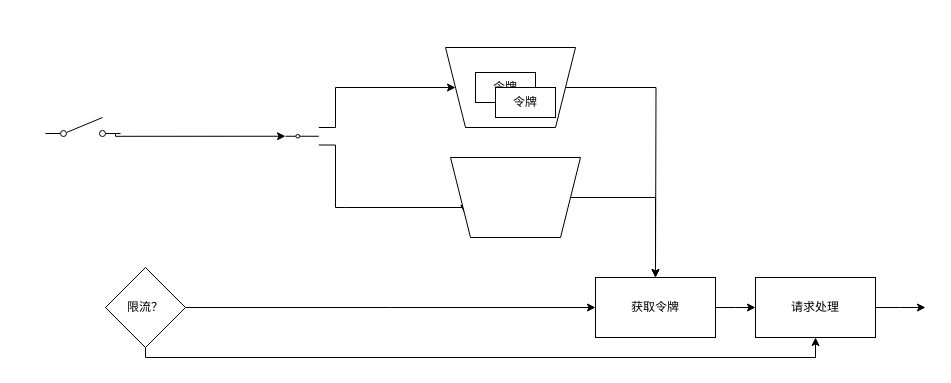
Above: 令牌桶.drawio in anxufeng007/hello-world (draw.io), before the change. Source tidied: cells renumbered, new cells numbered last; positions are measured from the earlier drawing's top-left corner, leaving out a move shared by most shapes. Both pictures are drawn from the tidied source at 100%, with x=0, y=0 at pixel (45, 47).
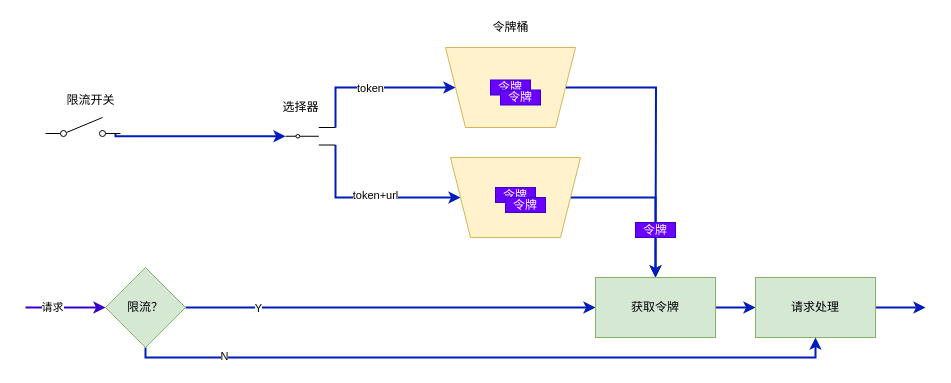
The same diagram, later.

Unchanged cells that the change refers to:
```xml
<mxCell id="4" style="verticalLabelPosition=bottom;shadow=0;dashed=0;align=center;html=1;verticalAlign=top;shape=mxgraph.electrical.electro-mechanical.two_way_contact;" parent="1" vertex="1">
  <mxGeometry x="240" y="80" width="50" height="17.5" as="geometry" />
</mxCell>
```

What changed in the source:
```diff
@@
-    <mxCell id="2" style="edgeStyle=orthogonalEdgeStyle;rounded=0;jettySize=auto;html=1;exitX=1;exitY=1;exitDx=0;exitDy=0;exitPerimeter=0;entryX=1;entryY=0.25;entryDx=0;entryDy=0;" parent="1" edge="1" source="4" target="10">
+    <mxCell id="2" style="edgeStyle=orthogonalEdgeStyle;rounded=0;jettySize=auto;html=1;exitX=1;exitY=1;exitDx=0;exitDy=0;exitPerimeter=0;entryX=1;entryY=0.5;entryDx=0;entryDy=0;strokeWidth=2;fillColor=#0050ef;strokeColor=#001DBC;" parent="1" edge="1" source="4" target="10">
       <mxGeometry relative="1" as="geometry">
         <Array as="points">
-          <mxPoint x="300" y="160" />
-          <mxPoint x="523" y="160" />
+          <mxPoint x="290" y="150" />
         </Array>
       </mxGeometry>
     </mxCell>
+    <mxCell id="20" value="token+url" style="edgeLabel;html=1;align=center;verticalAlign=middle;" parent="2" vertex="1">
+      <mxGeometry x="0.02" y="3" relative="1" as="geometry">
+        <mxPoint x="1" as="offset" />
+      </mxGeometry>
+    </mxCell>
-    <mxCell id="3" style="edgeStyle=orthogonalEdgeStyle;rounded=0;jettySize=auto;html=1;exitX=1;exitY=0;exitDx=0;exitDy=0;exitPerimeter=0;" parent="1" edge="1" source="4" target="6">
+    <mxCell id="3" style="edgeStyle=orthogonalEdgeStyle;rounded=0;jettySize=auto;html=1;exitX=1;exitY=0;exitDx=0;exitDy=0;exitPerimeter=0;strokeWidth=2;fillColor=#0050ef;strokeColor=#001DBC;" parent="1" edge="1" source="4" target="6">
       <mxGeometry relative="1" as="geometry" />
     </mxCell>
+    <mxCell id="21" value="token" style="edgeLabel;html=1;align=center;verticalAlign=middle;" parent="3" vertex="1">
+      <mxGeometry x="-0.07" relative="1" as="geometry" />
+    </mxCell>
@@
-    <mxCell id="5" style="edgeStyle=orthogonalEdgeStyle;rounded=0;jettySize=auto;html=1;exitX=0;exitY=0.5;exitDx=0;exitDy=0;" parent="1" edge="1" source="6">
+    <mxCell id="5" style="edgeStyle=orthogonalEdgeStyle;rounded=0;jettySize=auto;html=1;exitX=0;exitY=0.5;exitDx=0;exitDy=0;fillColor=#0050ef;strokeColor=#001DBC;strokeWidth=2;" parent="1" edge="1" source="6">
       <mxGeometry relative="1" as="geometry">
         <mxPoint x="610" y="230" as="targetPoint" />
       </mxGeometry>
     </mxCell>
-    <mxCell id="6" style="shape=trapezoid;perimeter=trapezoidPerimeter;whiteSpace=wrap;html=1;fixedSize=1;rotation=-180;" parent="1" vertex="1">
+    <mxCell id="6" style="shape=trapezoid;perimeter=trapezoidPerimeter;whiteSpace=wrap;html=1;fixedSize=1;rotation=-180;fillColor=#fff2cc;strokeColor=#d6b656;" parent="1" vertex="1">
       <mxGeometry x="400" width="130" height="80" as="geometry" />
     </mxCell>
-    <mxCell id="7" value="令牌" style="rounded=0;whiteSpace=wrap;html=1;" parent="1" vertex="1">
-      <mxGeometry x="430" y="25" width="60" height="30" as="geometry" />
+    <mxCell id="7" value="令牌" style="rounded=0;whiteSpace=wrap;html=1;fillColor=#6a00ff;strokeColor=#3700CC;fontColor=#ffffff;" parent="1" vertex="1">
+      <mxGeometry x="445" y="32.5" width="40" height="15" as="geometry" />
     </mxCell>
-    <mxCell id="8" value="令牌" style="rounded=0;whiteSpace=wrap;html=1;" parent="1" vertex="1">
-      <mxGeometry x="450" y="40" width="60" height="30" as="geometry" />
-    </mxCell>
-    <mxCell id="9" style="edgeStyle=orthogonalEdgeStyle;rounded=0;jettySize=auto;html=1;exitX=0;exitY=0.5;exitDx=0;exitDy=0;" parent="1" edge="1" source="10" target="17">
+    <mxCell id="9" style="edgeStyle=orthogonalEdgeStyle;rounded=0;jettySize=auto;html=1;exitX=0;exitY=0.5;exitDx=0;exitDy=0;strokeWidth=2;fillColor=#0050ef;strokeColor=#001DBC;" parent="1" edge="1" source="10" target="17">
       <mxGeometry relative="1" as="geometry" />
     </mxCell>
-    <mxCell id="10" style="shape=trapezoid;perimeter=trapezoidPerimeter;whiteSpace=wrap;html=1;fixedSize=1;rotation=-180;" parent="1" vertex="1">
+    <mxCell id="10" style="shape=trapezoid;perimeter=trapezoidPerimeter;whiteSpace=wrap;html=1;fixedSize=1;rotation=-180;fillColor=#fff2cc;strokeColor=#d6b656;" parent="1" vertex="1">
       <mxGeometry x="405" y="110" width="130" height="80" as="geometry" />
     </mxCell>
-    <mxCell id="11" style="edgeStyle=orthogonalEdgeStyle;rounded=0;jettySize=auto;html=1;entryX=0;entryY=0.5;entryDx=0;entryDy=0;entryPerimeter=0;exitX=1;exitY=0.8;exitDx=0;exitDy=0;exitPerimeter=0;" parent="1" edge="1" target="4">
+    <mxCell id="11" style="edgeStyle=orthogonalEdgeStyle;rounded=0;jettySize=auto;html=1;entryX=0;entryY=0.5;entryDx=0;entryDy=0;entryPerimeter=0;exitX=1;exitY=0.8;exitDx=0;exitDy=0;exitPerimeter=0;fillColor=#0050ef;strokeColor=#001DBC;strokeWidth=2;" parent="1" edge="1" target="4">
       <mxGeometry relative="1" as="geometry">
         <mxPoint x="70" y="86" as="sourcePoint" />
         <Array as="points">
           <mxPoint x="70" y="89" />
         </Array>
       </mxGeometry>
     </mxCell>
@@
-    <mxCell id="13" style="edgeStyle=orthogonalEdgeStyle;rounded=0;jettySize=auto;html=1;" parent="1" edge="1" source="15">
+    <mxCell id="13" style="edgeStyle=orthogonalEdgeStyle;rounded=0;jettySize=auto;html=1;strokeWidth=2;fillColor=#0050ef;strokeColor=#001DBC;" parent="1" edge="1" source="15">
       <mxGeometry relative="1" as="geometry">
         <mxPoint x="550" y="260" as="targetPoint" />
       </mxGeometry>
     </mxCell>
+    <mxCell id="22" value="Y" style="edgeLabel;html=1;align=center;verticalAlign=middle;" parent="13" vertex="1">
+      <mxGeometry x="-0.65" relative="1" as="geometry" />
+    </mxCell>
-    <mxCell id="14" style="edgeStyle=orthogonalEdgeStyle;rounded=0;jettySize=auto;html=1;entryX=0.5;entryY=1;entryDx=0;entryDy=0;" parent="1" edge="1" source="15" target="19">
+    <mxCell id="14" style="edgeStyle=orthogonalEdgeStyle;rounded=0;jettySize=auto;html=1;entryX=0.5;entryY=1;entryDx=0;entryDy=0;strokeWidth=2;fillColor=#0050ef;strokeColor=#001DBC;" parent="1" edge="1" source="15" target="19">
       <mxGeometry relative="1" as="geometry">
         <Array as="points">
           <mxPoint x="100" y="310" />
           <mxPoint x="770" y="310" />
         </Array>
       </mxGeometry>
     </mxCell>
+    <mxCell id="23" value="N" style="edgeLabel;html=1;align=center;verticalAlign=middle;" parent="14" vertex="1">
+      <mxGeometry x="-0.75" y="2" relative="1" as="geometry" />
+    </mxCell>
-    <mxCell id="15" value="限流？" style="rhombus;whiteSpace=wrap;html=1;" parent="1" vertex="1">
+    <mxCell id="15" value="限流？" style="rhombus;whiteSpace=wrap;html=1;fillColor=#d5e8d4;strokeColor=#82b366;" parent="1" vertex="1">
       <mxGeometry x="60" y="220" width="80" height="80" as="geometry" />
     </mxCell>
-    <mxCell id="16" style="edgeStyle=orthogonalEdgeStyle;rounded=0;jettySize=auto;html=1;exitX=1;exitY=0.5;exitDx=0;exitDy=0;" parent="1" edge="1" source="17">
+    <mxCell id="16" style="edgeStyle=orthogonalEdgeStyle;rounded=0;jettySize=auto;html=1;exitX=1;exitY=0.5;exitDx=0;exitDy=0;fillColor=#0050ef;strokeColor=#001DBC;strokeWidth=2;" parent="1" edge="1" source="17">
       <mxGeometry relative="1" as="geometry">
         <mxPoint x="710" y="260" as="targetPoint" />
       </mxGeometry>
     </mxCell>
-    <mxCell id="17" value="获取令牌" style="rounded=0;whiteSpace=wrap;html=1;" parent="1" vertex="1">
+    <mxCell id="17" value="获取令牌" style="rounded=0;whiteSpace=wrap;html=1;fillColor=#d5e8d4;strokeColor=#82b366;" parent="1" vertex="1">
       <mxGeometry x="550" y="230" width="120" height="60" as="geometry" />
     </mxCell>
-    <mxCell id="18" style="edgeStyle=orthogonalEdgeStyle;rounded=0;jettySize=auto;html=1;" parent="1" edge="1" source="19">
+    <mxCell id="18" style="edgeStyle=orthogonalEdgeStyle;rounded=0;jettySize=auto;html=1;strokeWidth=2;fillColor=#0050ef;strokeColor=#001DBC;" parent="1" edge="1" source="19">
       <mxGeometry relative="1" as="geometry">
         <mxPoint x="880" y="260" as="targetPoint" />
       </mxGeometry>
     </mxCell>
-    <mxCell id="19" value="请求处理" style="rounded=0;whiteSpace=wrap;html=1;" parent="1" vertex="1">
+    <mxCell id="19" value="请求处理" style="rounded=0;whiteSpace=wrap;html=1;fillColor=#d5e8d4;strokeColor=#82b366;" parent="1" vertex="1">
       <mxGeometry x="710" y="230" width="120" height="60" as="geometry" />
     </mxCell>
+    <mxCell id="24" style="endArrow=classic;html=1;entryX=0;entryY=0.5;entryDx=0;entryDy=0;strokeWidth=2;fillColor=#6a00ff;strokeColor=#3700CC;" parent="1" edge="1" target="15">
+      <mxGeometry relative="1" as="geometry">
+        <mxPoint x="-20" y="260" as="sourcePoint" />
+      </mxGeometry>
+    </mxCell>
+    <mxCell id="25" value="请求" style="edgeLabel;html=1;align=center;verticalAlign=middle;" parent="24" vertex="1">
+      <mxGeometry x="-0.35" y="1" relative="1" as="geometry" />
+    </mxCell>
+    <mxCell id="26" value="令牌桶" style="text;html=1;align=center;verticalAlign=middle;" parent="1" vertex="1">
+      <mxGeometry x="440" y="-30" width="50" height="20" as="geometry" />
+    </mxCell>
+    <mxCell id="27" value="令牌" style="rounded=0;whiteSpace=wrap;html=1;fillColor=#6a00ff;strokeColor=#3700CC;fontColor=#ffffff;" parent="1" vertex="1">
+      <mxGeometry x="450" y="140" width="40" height="15" as="geometry" />
+    </mxCell>
+    <mxCell id="28" value="令牌" style="rounded=0;whiteSpace=wrap;html=1;fillColor=#6a00ff;strokeColor=#3700CC;fontColor=#ffffff;" parent="1" vertex="1">
+      <mxGeometry x="460" y="150" width="40" height="15" as="geometry" />
+    </mxCell>
+    <mxCell id="29" value="令牌" style="rounded=0;whiteSpace=wrap;html=1;fillColor=#6a00ff;strokeColor=#3700CC;fontColor=#ffffff;" parent="1" vertex="1">
+      <mxGeometry x="455" y="42.5" width="40" height="15" as="geometry" />
+    </mxCell>
+    <mxCell id="30" value="限流开关" style="text;html=1;align=center;verticalAlign=middle;" parent="1" vertex="1">
+      <mxGeometry x="15" y="42.5" width="60" height="20" as="geometry" />
+    </mxCell>
+    <mxCell id="31" value="选择器" style="text;html=1;align=center;verticalAlign=middle;" parent="1" vertex="1">
+      <mxGeometry x="230" y="50" width="50" height="20" as="geometry" />
+    </mxCell>
+    <mxCell id="32" value="令牌" style="rounded=0;whiteSpace=wrap;html=1;fillColor=#6a00ff;strokeColor=#3700CC;fontColor=#ffffff;" parent="1" vertex="1">
+      <mxGeometry x="590" y="175" width="40" height="15" as="geometry" />
+    </mxCell>
```
